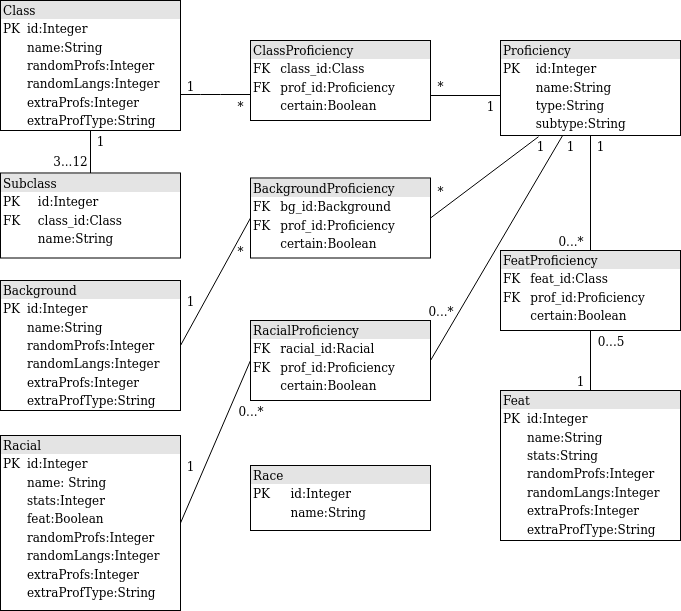
Above: dokumentointi/tietokantakaavio.png in Fumblessi/ot-harjoitustyo (draw.io), before the change. Source tidied: cells renumbered, new cells last; positions are measured from the earlier drawing's top-left corner, leaving out a move shared by most shapes.
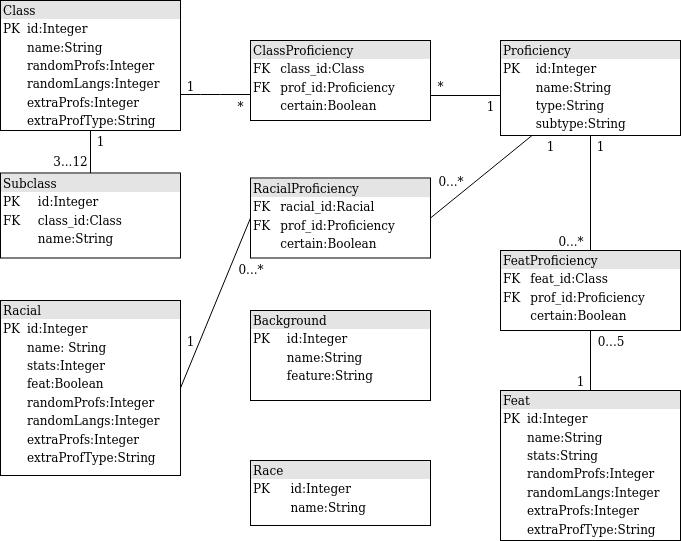
After the change.

Change to the diagram source:
```diff
@@ -6,7 +6,7 @@
       <mxGeometry x="500" y="40" width="180" height="95" as="geometry" />
     </mxCell>
     <mxCell id="3" value="&lt;div style=&quot;box-sizing: border-box ; width: 100% ; background: #e4e4e4 ; padding: 2px&quot;&gt;RacialProficiency&lt;/div&gt;&lt;table style=&quot;width: 100% ; font-size: 1em&quot; cellspacing=&quot;0&quot; cellpadding=&quot;2&quot;&gt;&lt;tbody&gt;&lt;tr&gt;&lt;td&gt;FK&lt;/td&gt;&lt;td&gt;racial_id:Racial&lt;/td&gt;&lt;/tr&gt;&lt;tr&gt;&lt;td&gt;FK&lt;/td&gt;&lt;td&gt;prof_id:Proficiency&lt;/td&gt;&lt;/tr&gt;&lt;tr&gt;&lt;td&gt;&lt;br&gt;&lt;/td&gt;&lt;td&gt;certain:Boolean&lt;br&gt;&lt;/td&gt;&lt;/tr&gt;&lt;/tbody&gt;&lt;/table&gt;" style="verticalAlign=top;align=left;overflow=fill;html=1;" parent="1" vertex="1">
-      <mxGeometry x="250" y="320" width="180" height="80" as="geometry" />
+      <mxGeometry x="250" y="177.5" width="180" height="80" as="geometry" />
     </mxCell>
     <mxCell id="4" style="endArrow=none;html=1;entryX=0;entryY=0.5;entryDx=0;entryDy=0;exitX=1;exitY=0.5;exitDx=0;exitDy=0;" parent="1" edge="1" source="38" target="3">
       <mxGeometry relative="1" as="geometry" />
@@ -23,18 +23,9 @@
     <mxCell id="7" value="&lt;div style=&quot;box-sizing: border-box ; width: 100% ; background: #e4e4e4 ; padding: 2px&quot;&gt;ClassProficiency&lt;/div&gt;&lt;table style=&quot;width: 100% ; font-size: 1em&quot; cellspacing=&quot;0&quot; cellpadding=&quot;2&quot;&gt;&lt;tbody&gt;&lt;tr&gt;&lt;td&gt;FK&lt;/td&gt;&lt;td&gt;class_id:Class&lt;/td&gt;&lt;/tr&gt;&lt;tr&gt;&lt;td&gt;FK&lt;/td&gt;&lt;td&gt;prof_id:Proficiency&lt;/td&gt;&lt;/tr&gt;&lt;tr&gt;&lt;td&gt;&lt;br&gt;&lt;/td&gt;&lt;td&gt;certain:Boolean&lt;br&gt;&lt;/td&gt;&lt;/tr&gt;&lt;tr&gt;&lt;td&gt;&lt;br&gt;&lt;/td&gt;&lt;td&gt;&lt;br&gt;&lt;/td&gt;&lt;/tr&gt;&lt;/tbody&gt;&lt;/table&gt;" style="verticalAlign=top;align=left;overflow=fill;html=1;" parent="1" vertex="1">
       <mxGeometry x="250" y="40" width="180" height="80" as="geometry" />
     </mxCell>
-    <mxCell id="8" style="endArrow=none;html=1;entryX=0;entryY=0.5;entryDx=0;entryDy=0;exitX=1;exitY=0.5;exitDx=0;exitDy=0;" parent="1" edge="1" source="10" target="11">
-      <mxGeometry relative="1" as="geometry" />
-    </mxCell>
-    <mxCell id="9" style="endArrow=none;html=1;entryX=0.211;entryY=1.013;entryDx=0;entryDy=0;exitX=1;exitY=0.5;exitDx=0;exitDy=0;entryPerimeter=0;" parent="1" edge="1" source="11" target="2">
-      <mxGeometry relative="1" as="geometry" />
-    </mxCell>
-    <mxCell id="10" value="&lt;div style=&quot;box-sizing: border-box ; width: 100% ; background: #e4e4e4 ; padding: 2px&quot;&gt;Background&lt;br&gt;&lt;/div&gt;&lt;table style=&quot;width: 100% ; font-size: 1em&quot; cellspacing=&quot;0&quot; cellpadding=&quot;2&quot;&gt;&lt;tbody&gt;&lt;tr&gt;&lt;td&gt;PK&lt;/td&gt;&lt;td&gt;id:Integer&lt;/td&gt;&lt;/tr&gt;&lt;tr&gt;&lt;td&gt;&lt;br&gt;&lt;/td&gt;&lt;td&gt;name:String&lt;br&gt;&lt;/td&gt;&lt;/tr&gt;&lt;tr&gt;&lt;td&gt;&lt;br&gt;&lt;/td&gt;&lt;td&gt;randomProfs:Integer&lt;br&gt;&lt;/td&gt;&lt;/tr&gt;&lt;tr&gt;&lt;td&gt;&lt;br&gt;&lt;/td&gt;&lt;td&gt;randomLangs:Integer&lt;br&gt;&lt;/td&gt;&lt;/tr&gt;&lt;tr&gt;&lt;td&gt;&lt;br&gt;&lt;/td&gt;&lt;td&gt;extraProfs:Integer&lt;br&gt;&lt;/td&gt;&lt;/tr&gt;&lt;tr&gt;&lt;td&gt;&lt;br&gt;&lt;/td&gt;&lt;td&gt;extraProfType:String&lt;br&gt;&lt;/td&gt;&lt;/tr&gt;&lt;/tbody&gt;&lt;/table&gt;" style="verticalAlign=top;align=left;overflow=fill;html=1;" parent="1" vertex="1">
-      <mxGeometry y="280" width="180" height="130" as="geometry" />
+    <mxCell id="10" value="&lt;div style=&quot;box-sizing: border-box ; width: 100% ; background: #e4e4e4 ; padding: 2px&quot;&gt;Background&lt;br&gt;&lt;/div&gt;&lt;table style=&quot;width: 100% ; font-size: 1em&quot; cellspacing=&quot;0&quot; cellpadding=&quot;2&quot;&gt;&lt;tbody&gt;&lt;tr&gt;&lt;td&gt;PK&lt;/td&gt;&lt;td&gt;id:Integer&lt;/td&gt;&lt;/tr&gt;&lt;tr&gt;&lt;td&gt;&lt;br&gt;&lt;/td&gt;&lt;td&gt;name:String&lt;br&gt;&lt;/td&gt;&lt;/tr&gt;&lt;tr&gt;&lt;td&gt;&lt;br&gt;&lt;/td&gt;&lt;td&gt;feature:String&lt;br&gt;&lt;/td&gt;&lt;/tr&gt;&lt;tr&gt;&lt;td&gt;&lt;br&gt;&lt;/td&gt;&lt;td&gt;&lt;br&gt;&lt;/td&gt;&lt;/tr&gt;&lt;tr&gt;&lt;td&gt;&lt;br&gt;&lt;/td&gt;&lt;td&gt;&lt;br&gt;&lt;/td&gt;&lt;/tr&gt;&lt;tr&gt;&lt;td&gt;&lt;br&gt;&lt;/td&gt;&lt;td&gt;&lt;br&gt;&lt;/td&gt;&lt;/tr&gt;&lt;/tbody&gt;&lt;/table&gt;" style="verticalAlign=top;align=left;overflow=fill;html=1;" parent="1" vertex="1">
+      <mxGeometry x="250" y="310" width="180" height="90" as="geometry" />
     </mxCell>
-    <mxCell id="11" value="&lt;div style=&quot;box-sizing: border-box ; width: 100% ; background: #e4e4e4 ; padding: 2px&quot;&gt;BackgroundProficiency&lt;/div&gt;&lt;table style=&quot;width: 100% ; font-size: 1em&quot; cellspacing=&quot;0&quot; cellpadding=&quot;2&quot;&gt;&lt;tbody&gt;&lt;tr&gt;&lt;td&gt;FK&lt;/td&gt;&lt;td&gt;bg_id:Background&lt;/td&gt;&lt;/tr&gt;&lt;tr&gt;&lt;td&gt;FK&lt;/td&gt;&lt;td&gt;prof_id:Proficiency&lt;/td&gt;&lt;/tr&gt;&lt;tr&gt;&lt;td&gt;&lt;br&gt;&lt;/td&gt;&lt;td&gt;certain:Boolean&lt;br&gt;&lt;/td&gt;&lt;/tr&gt;&lt;/tbody&gt;&lt;/table&gt;" style="verticalAlign=top;align=left;overflow=fill;html=1;" parent="1" vertex="1">
-      <mxGeometry x="250" y="177.5" width="180" height="80" as="geometry" />
-    </mxCell>
     <mxCell id="12" style="endArrow=none;html=1;entryX=0;entryY=0.5;entryDx=0;entryDy=0;exitX=1;exitY=0.5;exitDx=0;exitDy=0;" parent="1" edge="1">
       <mxGeometry relative="1" as="geometry">
         <mxPoint x="180" y="94" as="sourcePoint" />
@@ -66,11 +57,8 @@
       <mxGeometry relative="1" as="geometry" />
     </mxCell>
     <mxCell id="20" value="1" style="text;html=1;strokeColor=none;fillColor=none;align=center;verticalAlign=middle;whiteSpace=wrap;rounded=0;" parent="1" vertex="1">
-      <mxGeometry x="170" y="455" width="40" height="20" as="geometry" />
+      <mxGeometry x="170" y="330" width="40" height="20" as="geometry" />
     </mxCell>
-    <mxCell id="21" value="1" style="text;html=1;strokeColor=none;fillColor=none;align=center;verticalAlign=middle;whiteSpace=wrap;rounded=0;direction=south;" parent="1" vertex="1">
-      <mxGeometry x="180" y="280" width="20" height="40" as="geometry" />
-    </mxCell>
     <mxCell id="22" value="1" style="text;html=1;strokeColor=none;fillColor=none;align=center;verticalAlign=middle;whiteSpace=wrap;rounded=0;" parent="1" vertex="1">
       <mxGeometry x="170" y="75" width="40" height="20" as="geometry" />
     </mxCell>
@@ -78,11 +66,8 @@
       <mxGeometry x="80" y="130" width="40" height="20" as="geometry" />
     </mxCell>
     <mxCell id="24" value="1" style="text;html=1;strokeColor=none;fillColor=none;align=center;verticalAlign=middle;whiteSpace=wrap;rounded=0;" parent="1" vertex="1">
-      <mxGeometry x="550" y="135" width="40" height="20" as="geometry" />
+      <mxGeometry x="530" y="135" width="40" height="20" as="geometry" />
     </mxCell>
-    <mxCell id="25" value="1" style="text;html=1;strokeColor=none;fillColor=none;align=center;verticalAlign=middle;whiteSpace=wrap;rounded=0;" parent="1" vertex="1">
-      <mxGeometry x="520" y="135" width="40" height="20" as="geometry" />
-    </mxCell>
     <mxCell id="26" value="1" style="text;html=1;strokeColor=none;fillColor=none;align=center;verticalAlign=middle;whiteSpace=wrap;rounded=0;" parent="1" vertex="1">
       <mxGeometry x="470" y="95" width="40" height="20" as="geometry" />
     </mxCell>
@@ -93,23 +78,17 @@
       <mxGeometry x="560" y="370" width="40" height="20" as="geometry" />
     </mxCell>
     <mxCell id="29" value="0...*" style="text;html=1;strokeColor=none;fillColor=none;align=center;verticalAlign=middle;whiteSpace=wrap;rounded=0;" parent="1" vertex="1">
-      <mxGeometry x="230" y="400" width="40" height="20" as="geometry" />
+      <mxGeometry x="230" y="257.5" width="40" height="20" as="geometry" />
     </mxCell>
-    <mxCell id="30" value="*" style="text;html=1;strokeColor=none;fillColor=none;align=center;verticalAlign=middle;whiteSpace=wrap;rounded=0;" parent="1" vertex="1">
-      <mxGeometry x="220" y="240" width="40" height="20" as="geometry" />
-    </mxCell>
     <mxCell id="31" value="*" style="text;html=1;strokeColor=none;fillColor=none;align=center;verticalAlign=middle;whiteSpace=wrap;rounded=0;" parent="1" vertex="1">
       <mxGeometry x="220" y="95" width="40" height="20" as="geometry" />
     </mxCell>
     <mxCell id="32" value="0...*" style="text;html=1;strokeColor=none;fillColor=none;align=center;verticalAlign=middle;whiteSpace=wrap;rounded=0;" parent="1" vertex="1">
-      <mxGeometry x="420" y="300" width="40" height="20" as="geometry" />
+      <mxGeometry x="430" y="170" width="40" height="20" as="geometry" />
     </mxCell>
     <mxCell id="33" value="3...12" style="text;html=1;strokeColor=none;fillColor=none;align=center;verticalAlign=middle;whiteSpace=wrap;rounded=0;" parent="1" vertex="1">
       <mxGeometry x="50" y="150" width="40" height="20" as="geometry" />
     </mxCell>
-    <mxCell id="34" value="*" style="text;html=1;strokeColor=none;fillColor=none;align=center;verticalAlign=middle;whiteSpace=wrap;rounded=0;" parent="1" vertex="1">
-      <mxGeometry x="420" y="180" width="40" height="20" as="geometry" />
-    </mxCell>
     <mxCell id="35" value="*" style="text;html=1;strokeColor=none;fillColor=none;align=center;verticalAlign=middle;whiteSpace=wrap;rounded=0;" parent="1" vertex="1">
       <mxGeometry x="420" y="75" width="40" height="20" as="geometry" />
     </mxCell>
@@ -120,10 +99,10 @@
       <mxGeometry x="590" y="330" width="40" height="20" as="geometry" />
     </mxCell>
     <mxCell id="38" value="&lt;div style=&quot;box-sizing: border-box ; width: 100% ; background: #e4e4e4 ; padding: 2px&quot;&gt;Racial&lt;/div&gt;&lt;table style=&quot;width: 100% ; font-size: 1em&quot; cellspacing=&quot;0&quot; cellpadding=&quot;2&quot;&gt;&lt;tbody&gt;&lt;tr&gt;&lt;td&gt;PK&lt;/td&gt;&lt;td&gt;id:Integer&lt;br&gt;&lt;/td&gt;&lt;/tr&gt;&lt;tr&gt;&lt;td&gt;&lt;br&gt;&lt;/td&gt;&lt;td style=&quot;line-height: 120%&quot;&gt;name: String&lt;br&gt;&lt;/td&gt;&lt;/tr&gt;&lt;tr&gt;&lt;td&gt;&lt;br&gt;&lt;/td&gt;&lt;td style=&quot;line-height: 120%&quot;&gt;stats:Integer&lt;br&gt;&lt;/td&gt;&lt;/tr&gt;&lt;tr&gt;&lt;td&gt;&lt;br&gt;&lt;/td&gt;&lt;td&gt;feat:Boolean&lt;/td&gt;&lt;/tr&gt;&lt;tr&gt;&lt;td&gt;&lt;br&gt;&lt;/td&gt;&lt;td&gt;randomProfs:Integer&lt;br&gt;&lt;/td&gt;&lt;/tr&gt;&lt;tr&gt;&lt;td&gt;&lt;br&gt;&lt;/td&gt;&lt;td&gt;randomLangs:Integer&lt;br&gt;&lt;/td&gt;&lt;/tr&gt;&lt;tr&gt;&lt;td&gt;&lt;br&gt;&lt;/td&gt;&lt;td&gt;extraProfs:Integer&lt;br&gt;&lt;/td&gt;&lt;/tr&gt;&lt;tr&gt;&lt;td&gt;&lt;br&gt;&lt;/td&gt;&lt;td&gt;extraProfType:String&lt;br&gt;&lt;/td&gt;&lt;/tr&gt;&lt;/tbody&gt;&lt;/table&gt;" style="verticalAlign=top;align=left;overflow=fill;html=1;" parent="1" vertex="1">
-      <mxGeometry y="435" width="180" height="175" as="geometry" />
+      <mxGeometry y="300" width="180" height="175" as="geometry" />
     </mxCell>
     <mxCell id="39" value="&lt;div style=&quot;box-sizing: border-box ; width: 100% ; background: #e4e4e4 ; padding: 2px&quot;&gt;Race&lt;br&gt;&lt;/div&gt;&lt;table style=&quot;width: 100% ; font-size: 1em&quot; cellspacing=&quot;0&quot; cellpadding=&quot;2&quot;&gt;&lt;tbody&gt;&lt;tr&gt;&lt;td&gt;PK&lt;/td&gt;&lt;td&gt;id:Integer&lt;/td&gt;&lt;/tr&gt;&lt;tr&gt;&lt;td&gt;&lt;br&gt;&lt;/td&gt;&lt;td&gt;name:String&lt;br&gt;&lt;/td&gt;&lt;/tr&gt;&lt;/tbody&gt;&lt;/table&gt;" style="verticalAlign=top;align=left;overflow=fill;html=1;" parent="1" vertex="1">
-      <mxGeometry x="250" y="465" width="180" height="65" as="geometry" />
+      <mxGeometry x="250" y="460" width="180" height="65" as="geometry" />
     </mxCell>
   </root>
 </mxGraphModel>
```
